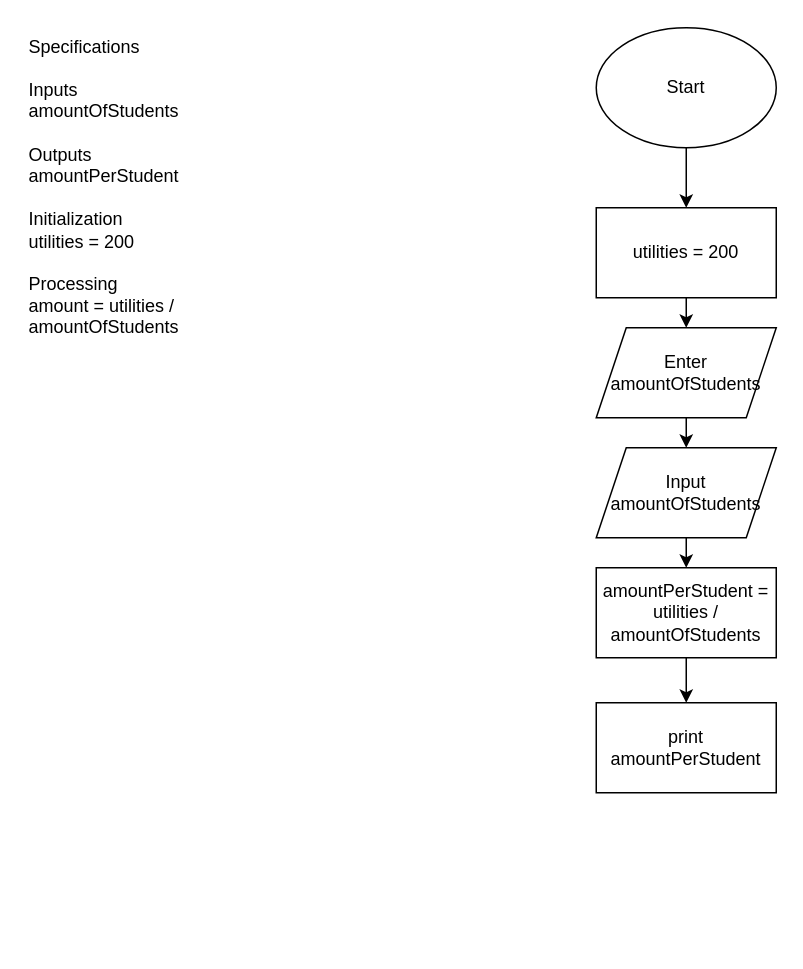
ElectricDaFearox/Tougaloo-Fundemental-Programming keeps this draw.io diagram as page "Part 1" (1 of 2) of Flowcharts/Algorith HW Part 1.drawio. Above is the earlier version. Source tidied: cells renumbered, new cells numbered last; positions are measured from the earlier drawing's top-left corner, leaving out a move shared by most shapes. Both pictures are drawn from the tidied source at 150%, with x=0, y=0 at pixel (26, 26).
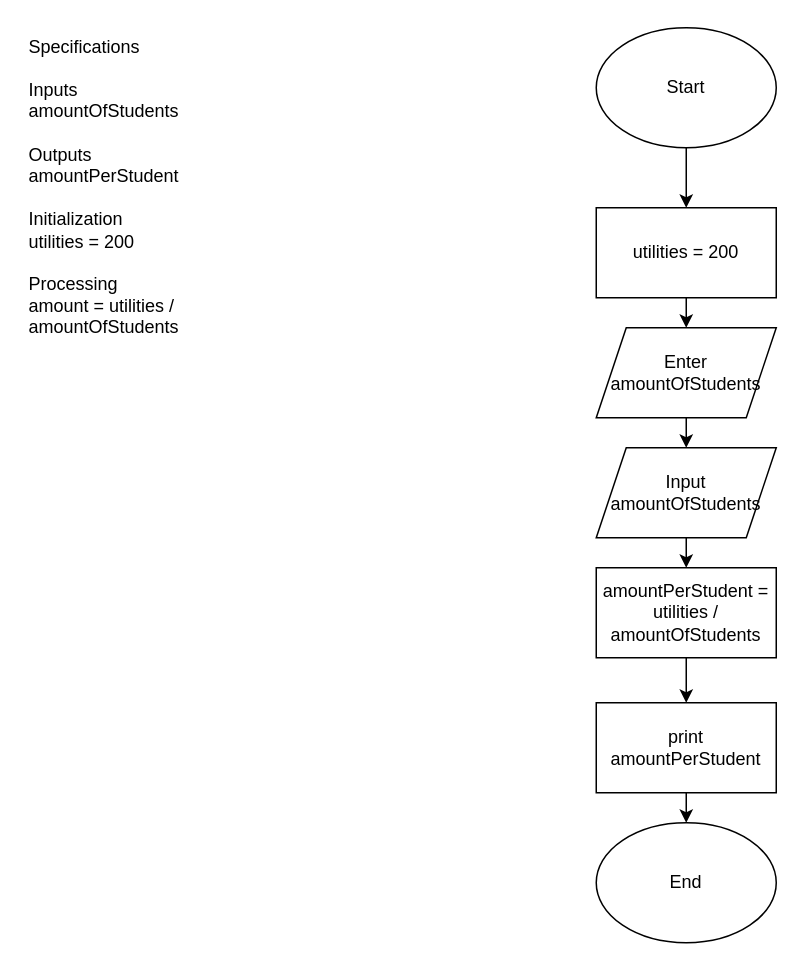
The same page after the edit.

Change to the diagram source:
```diff
@@
 <mxGraphModel>
   <root>
     <mxCell id="0" />
     <mxCell id="1" parent="0" />
     <mxCell id="2" value="Specifications&lt;br&gt;&lt;div&gt;&lt;br&gt;&lt;/div&gt;Inputs&lt;br&gt;amountOfStudents&lt;br&gt;&lt;br&gt;Outputs&lt;div&gt;amountPerStudent&lt;br&gt;&lt;/div&gt;&lt;br&gt;Initialization&lt;br&gt;utilities = 200&lt;br&gt;&lt;br&gt;Processing&lt;br&gt;amount = utilities / amountOfStudents" style="text;html=1;whiteSpace=wrap;overflow=hidden;rounded=0;" parent="1" vertex="1">
       <mxGeometry width="180" height="240" as="geometry" />
     </mxCell>
     <mxCell id="3" style="edgeStyle=orthogonalEdgeStyle;rounded=0;jettySize=auto;html=1;exitX=0.5;exitY=1;exitDx=0;exitDy=0;entryX=0.5;entryY=0;entryDx=0;entryDy=0;" parent="1" edge="1" source="4" target="6">
       <mxGeometry relative="1" as="geometry" />
     </mxCell>
     <mxCell id="4" value="Start" style="ellipse;whiteSpace=wrap;html=1;" parent="1" vertex="1">
       <mxGeometry x="380" y="1" width="120" height="80" as="geometry" />
     </mxCell>
     <mxCell id="5" style="edgeStyle=orthogonalEdgeStyle;rounded=0;jettySize=auto;html=1;exitX=0.5;exitY=1;exitDx=0;exitDy=0;entryX=0.5;entryY=0;entryDx=0;entryDy=0;" parent="1" edge="1" source="6" target="10">
       <mxGeometry relative="1" as="geometry" />
     </mxCell>
     <mxCell id="6" value="utilities = 200" style="rounded=0;whiteSpace=wrap;html=1;" parent="1" vertex="1">
       <mxGeometry x="380" y="121" width="120" height="60" as="geometry" />
     </mxCell>
     <mxCell id="7" style="edgeStyle=orthogonalEdgeStyle;rounded=0;jettySize=auto;html=1;exitX=0.5;exitY=1;exitDx=0;exitDy=0;entryX=0.5;entryY=0;entryDx=0;entryDy=0;" parent="1" edge="1" source="8" target="13">
       <mxGeometry relative="1" as="geometry" />
     </mxCell>
     <mxCell id="8" value="amountPerStudent = utilities / amountOfStudents" style="rounded=0;whiteSpace=wrap;html=1;" parent="1" vertex="1">
       <mxGeometry x="380" y="361" width="120" height="60" as="geometry" />
     </mxCell>
     <mxCell id="9" style="edgeStyle=orthogonalEdgeStyle;rounded=0;jettySize=auto;html=1;exitX=0.5;exitY=1;exitDx=0;exitDy=0;entryX=0.5;entryY=0;entryDx=0;entryDy=0;" parent="1" edge="1" source="10" target="12">
       <mxGeometry relative="1" as="geometry" />
     </mxCell>
     <mxCell id="10" value="Enter amountOfStudents" style="shape=parallelogram;perimeter=parallelogramPerimeter;whiteSpace=wrap;html=1;fixedSize=1;" parent="1" vertex="1">
       <mxGeometry x="380" y="201" width="120" height="60" as="geometry" />
     </mxCell>
     <mxCell id="11" style="edgeStyle=orthogonalEdgeStyle;rounded=0;jettySize=auto;html=1;exitX=0.5;exitY=1;exitDx=0;exitDy=0;entryX=0.5;entryY=0;entryDx=0;entryDy=0;" parent="1" edge="1" source="12" target="8">
       <mxGeometry relative="1" as="geometry" />
     </mxCell>
     <mxCell id="12" value="Input amountOfStudents" style="shape=parallelogram;perimeter=parallelogramPerimeter;whiteSpace=wrap;html=1;fixedSize=1;" parent="1" vertex="1">
       <mxGeometry x="380" y="281" width="120" height="60" as="geometry" />
     </mxCell>
+    <mxCell id="14" style="edgeStyle=orthogonalEdgeStyle;rounded=0;jettySize=auto;html=1;exitX=0.5;exitY=1;exitDx=0;exitDy=0;entryX=0.5;entryY=0;entryDx=0;entryDy=0;" parent="1" edge="1" source="13" target="15">
+      <mxGeometry relative="1" as="geometry" />
+    </mxCell>
     <mxCell id="13" value="print amountPerStudent" style="rounded=0;whiteSpace=wrap;html=1;" parent="1" vertex="1">
       <mxGeometry x="380" y="451" width="120" height="60" as="geometry" />
     </mxCell>
+    <mxCell id="15" value="End" style="ellipse;whiteSpace=wrap;html=1;" parent="1" vertex="1">
+      <mxGeometry x="380" y="531" width="120" height="80" as="geometry" />
+    </mxCell>
   </root>
 </mxGraphModel>
```
